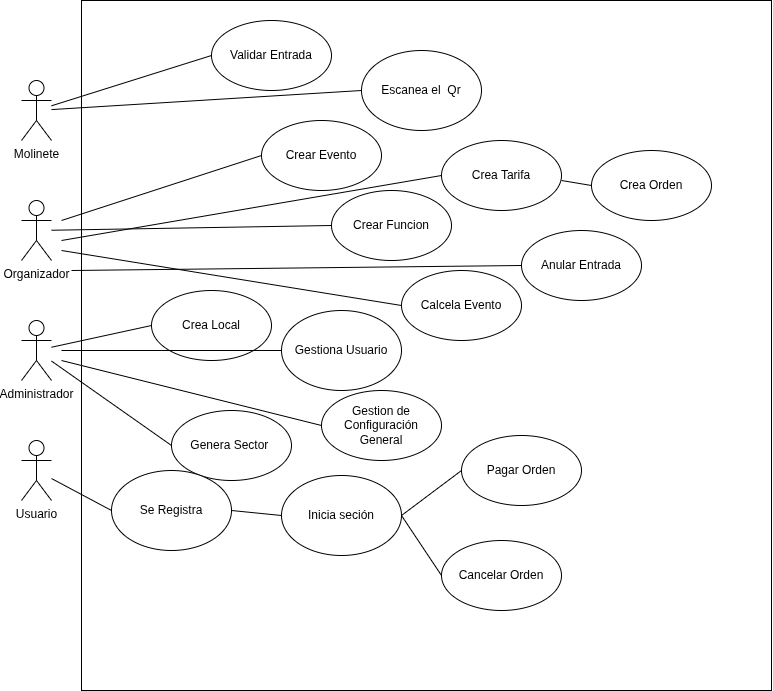
The draw.io diagram doc/Casos de usos .drawio.png in C3ledonioleon/Plan-de-Aprendizaje---5-7, before a commit. Source tidied: cells renumbered, new cells last; positions are measured from the earlier drawing's top-left corner, leaving out a move shared by most shapes. Source of this version:
```xml
<mxGraphModel>
  <root>
    <mxCell id="0" />
    <mxCell id="1" parent="0" />
    <mxCell id="2" value="Administrador" style="shape=umlActor;verticalLabelPosition=bottom;verticalAlign=top;html=1;outlineConnect=0;" parent="1" vertex="1">
      <mxGeometry y="320" width="30" height="60" as="geometry" />
    </mxCell>
    <mxCell id="3" value="Organizador" style="shape=umlActor;verticalLabelPosition=bottom;verticalAlign=top;html=1;outlineConnect=0;" parent="1" vertex="1">
      <mxGeometry y="200" width="30" height="60" as="geometry" />
    </mxCell>
    <mxCell id="4" value="Usuario" style="shape=umlActor;verticalLabelPosition=bottom;verticalAlign=top;html=1;outlineConnect=0;" parent="1" vertex="1">
      <mxGeometry y="440" width="30" height="60" as="geometry" />
    </mxCell>
    <mxCell id="5" value="Molinete" style="shape=umlActor;verticalLabelPosition=bottom;verticalAlign=top;html=1;outlineConnect=0;" parent="1" vertex="1">
      <mxGeometry y="80" width="30" height="60" as="geometry" />
    </mxCell>
    <mxCell id="6" style="whiteSpace=wrap;html=1;" parent="1" vertex="1">
      <mxGeometry x="60" width="690" height="690" as="geometry" />
    </mxCell>
    <mxCell id="7" value="Validar Entrada" style="ellipse;whiteSpace=wrap;html=1;" parent="1" vertex="1">
      <mxGeometry x="190" y="20" width="120" height="70" as="geometry" />
    </mxCell>
    <mxCell id="8" value="Calcela Evento" style="ellipse;whiteSpace=wrap;html=1;" parent="1" vertex="1">
      <mxGeometry x="380" y="270" width="120" height="70" as="geometry" />
    </mxCell>
    <mxCell id="9" value="Crea Local" style="ellipse;whiteSpace=wrap;html=1;" parent="1" vertex="1">
      <mxGeometry x="130" y="290" width="120" height="70" as="geometry" />
    </mxCell>
    <mxCell id="10" value="Crear Evento" style="ellipse;whiteSpace=wrap;html=1;" parent="1" vertex="1">
      <mxGeometry x="240" y="120" width="120" height="70" as="geometry" />
    </mxCell>
    <mxCell id="11" value="Pagar Orden" style="ellipse;whiteSpace=wrap;html=1;" parent="1" vertex="1">
      <mxGeometry x="440" y="435" width="120" height="70" as="geometry" />
    </mxCell>
    <mxCell id="12" value="Crear Funcion" style="ellipse;whiteSpace=wrap;html=1;" parent="1" vertex="1">
      <mxGeometry x="310" y="190" width="120" height="70" as="geometry" />
    </mxCell>
    <mxCell id="13" style="endArrow=none;html=1;rounded=0;entryX=0;entryY=0.5;entryDx=0;entryDy=0;" parent="1" edge="1" source="5" target="7">
      <mxGeometry relative="1" as="geometry" />
    </mxCell>
    <mxCell id="14" style="endArrow=none;html=1;rounded=0;entryX=0;entryY=0.5;entryDx=0;entryDy=0;" parent="1" edge="1" source="3" target="12">
      <mxGeometry relative="1" as="geometry" />
    </mxCell>
    <mxCell id="15" style="endArrow=none;html=1;rounded=0;entryX=0;entryY=0.5;entryDx=0;entryDy=0;" parent="1" edge="1" source="2" target="9">
      <mxGeometry relative="1" as="geometry" />
    </mxCell>
    <mxCell id="16" style="endArrow=none;html=1;rounded=0;entryX=0;entryY=0.5;entryDx=0;entryDy=0;" parent="1" edge="1" source="4" target="29">
      <mxGeometry relative="1" as="geometry" />
    </mxCell>
    <mxCell id="17" value="Cancelar Orden" style="ellipse;whiteSpace=wrap;html=1;" parent="1" vertex="1">
      <mxGeometry x="420" y="540" width="120" height="70" as="geometry" />
    </mxCell>
    <mxCell id="18" value="Genera Sector&amp;nbsp;" style="ellipse;whiteSpace=wrap;html=1;" parent="1" vertex="1">
      <mxGeometry x="150" y="410" width="120" height="70" as="geometry" />
    </mxCell>
    <mxCell id="19" style="endArrow=none;html=1;rounded=0;entryX=0;entryY=0.5;entryDx=0;entryDy=0;" parent="1" edge="1" target="10">
      <mxGeometry relative="1" as="geometry">
        <mxPoint x="40" y="220" as="sourcePoint" />
      </mxGeometry>
    </mxCell>
    <mxCell id="20" style="endArrow=none;html=1;rounded=0;entryX=0;entryY=0.5;entryDx=0;entryDy=0;" parent="1" edge="1" source="2" target="18">
      <mxGeometry relative="1" as="geometry" />
    </mxCell>
    <mxCell id="21" style="endArrow=none;html=1;rounded=0;entryX=0;entryY=0.5;entryDx=0;entryDy=0;" parent="1" edge="1" target="8">
      <mxGeometry relative="1" as="geometry">
        <mxPoint x="40" y="250" as="sourcePoint" />
      </mxGeometry>
    </mxCell>
    <mxCell id="22" value="Crea Orden" style="ellipse;whiteSpace=wrap;html=1;" parent="1" vertex="1">
      <mxGeometry x="570" y="150" width="120" height="70" as="geometry" />
    </mxCell>
    <mxCell id="23" value="Crea Tarifa" style="ellipse;whiteSpace=wrap;html=1;" parent="1" vertex="1">
      <mxGeometry x="420" y="140" width="120" height="70" as="geometry" />
    </mxCell>
    <mxCell id="24" value="Anular Entrada" style="ellipse;whiteSpace=wrap;html=1;" parent="1" vertex="1">
      <mxGeometry x="500" y="230" width="120" height="70" as="geometry" />
    </mxCell>
    <mxCell id="25" style="endArrow=none;html=1;rounded=0;entryX=0;entryY=0.5;entryDx=0;entryDy=0;" parent="1" edge="1" target="23">
      <mxGeometry relative="1" as="geometry">
        <mxPoint x="40" y="240" as="sourcePoint" />
      </mxGeometry>
    </mxCell>
    <mxCell id="26" style="endArrow=none;html=1;rounded=0;exitX=0;exitY=0.5;exitDx=0;exitDy=0;" parent="1" edge="1" source="22">
      <mxGeometry relative="1" as="geometry">
        <mxPoint x="540" y="180" as="targetPoint" />
      </mxGeometry>
    </mxCell>
    <mxCell id="27" style="endArrow=none;html=1;rounded=0;entryX=0;entryY=0.5;entryDx=0;entryDy=0;" parent="1" edge="1" source="5" target="28">
      <mxGeometry relative="1" as="geometry" />
    </mxCell>
    <mxCell id="28" value="Escanea el&amp;nbsp; Qr" style="ellipse;whiteSpace=wrap;html=1;" parent="1" vertex="1">
      <mxGeometry x="340" y="50" width="120" height="80" as="geometry" />
    </mxCell>
    <mxCell id="29" value="Se Registra" style="ellipse;whiteSpace=wrap;html=1;" parent="1" vertex="1">
      <mxGeometry x="90" y="470" width="120" height="80" as="geometry" />
    </mxCell>
    <mxCell id="30" value="Inicia seción" style="ellipse;whiteSpace=wrap;html=1;" parent="1" vertex="1">
      <mxGeometry x="260" y="475" width="120" height="80" as="geometry" />
    </mxCell>
    <mxCell id="31" style="endArrow=none;html=1;rounded=0;exitX=1;exitY=0.5;exitDx=0;exitDy=0;entryX=0;entryY=0.5;entryDx=0;entryDy=0;" parent="1" edge="1" source="29" target="30">
      <mxGeometry relative="1" as="geometry" />
    </mxCell>
    <mxCell id="32" style="endArrow=none;html=1;rounded=0;entryX=0;entryY=0.5;entryDx=0;entryDy=0;exitX=1;exitY=0.5;exitDx=0;exitDy=0;" parent="1" edge="1" source="30" target="11">
      <mxGeometry relative="1" as="geometry" />
    </mxCell>
    <mxCell id="33" style="endArrow=none;html=1;rounded=0;entryX=0;entryY=0.5;entryDx=0;entryDy=0;exitX=1;exitY=0.5;exitDx=0;exitDy=0;" parent="1" edge="1" source="30" target="17">
      <mxGeometry relative="1" as="geometry" />
    </mxCell>
    <mxCell id="34" style="endArrow=none;html=1;rounded=0;entryX=0;entryY=0.5;entryDx=0;entryDy=0;" parent="1" edge="1" target="24">
      <mxGeometry relative="1" as="geometry">
        <mxPoint x="50" y="270" as="sourcePoint" />
      </mxGeometry>
    </mxCell>
    <mxCell id="35" value="Gestiona Usuario" style="ellipse;whiteSpace=wrap;html=1;" parent="1" vertex="1">
      <mxGeometry x="260" y="310" width="120" height="80" as="geometry" />
    </mxCell>
    <mxCell id="36" style="endArrow=none;html=1;rounded=0;entryX=0;entryY=0.5;entryDx=0;entryDy=0;" parent="1" edge="1" target="35">
      <mxGeometry relative="1" as="geometry">
        <mxPoint x="40" y="350" as="sourcePoint" />
      </mxGeometry>
    </mxCell>
    <mxCell id="37" value="Gestion de Configuración General" style="ellipse;whiteSpace=wrap;html=1;" parent="1" vertex="1">
      <mxGeometry x="300" y="390" width="120" height="70" as="geometry" />
    </mxCell>
    <mxCell id="38" style="endArrow=none;html=1;rounded=0;entryX=0;entryY=0.5;entryDx=0;entryDy=0;" parent="1" edge="1" target="37">
      <mxGeometry relative="1" as="geometry">
        <mxPoint x="40" y="360" as="sourcePoint" />
      </mxGeometry>
    </mxCell>
  </root>
</mxGraphModel>
```
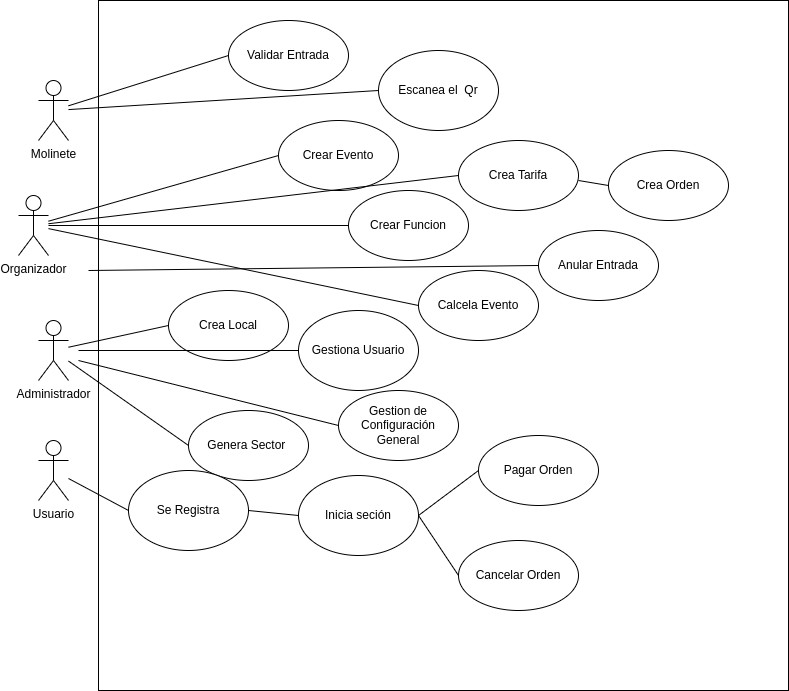
The same file after the commit.

What changed in the source:
```diff
@@ -6,7 +6,7 @@
       <mxGeometry y="320" width="30" height="60" as="geometry" />
     </mxCell>
     <mxCell id="3" value="Organizador" style="shape=umlActor;verticalLabelPosition=bottom;verticalAlign=top;html=1;outlineConnect=0;" parent="1" vertex="1">
-      <mxGeometry y="200" width="30" height="60" as="geometry" />
+      <mxGeometry x="-20" y="195" width="30" height="60" as="geometry" />
     </mxCell>
     <mxCell id="4" value="Usuario" style="shape=umlActor;verticalLabelPosition=bottom;verticalAlign=top;html=1;outlineConnect=0;" parent="1" vertex="1">
       <mxGeometry y="440" width="30" height="60" as="geometry" />
@@ -53,18 +53,14 @@
     <mxCell id="18" value="Genera Sector&amp;nbsp;" style="ellipse;whiteSpace=wrap;html=1;" parent="1" vertex="1">
       <mxGeometry x="150" y="410" width="120" height="70" as="geometry" />
     </mxCell>
-    <mxCell id="19" style="endArrow=none;html=1;rounded=0;entryX=0;entryY=0.5;entryDx=0;entryDy=0;" parent="1" edge="1" target="10">
-      <mxGeometry relative="1" as="geometry">
-        <mxPoint x="40" y="220" as="sourcePoint" />
-      </mxGeometry>
+    <mxCell id="19" style="endArrow=none;html=1;rounded=0;entryX=0;entryY=0.5;entryDx=0;entryDy=0;" parent="1" edge="1" source="3" target="10">
+      <mxGeometry relative="1" as="geometry" />
     </mxCell>
     <mxCell id="20" style="endArrow=none;html=1;rounded=0;entryX=0;entryY=0.5;entryDx=0;entryDy=0;" parent="1" edge="1" source="2" target="18">
       <mxGeometry relative="1" as="geometry" />
     </mxCell>
-    <mxCell id="21" style="endArrow=none;html=1;rounded=0;entryX=0;entryY=0.5;entryDx=0;entryDy=0;" parent="1" edge="1" target="8">
-      <mxGeometry relative="1" as="geometry">
-        <mxPoint x="40" y="250" as="sourcePoint" />
-      </mxGeometry>
+    <mxCell id="21" style="endArrow=none;html=1;rounded=0;entryX=0;entryY=0.5;entryDx=0;entryDy=0;" parent="1" edge="1" source="3" target="8">
+      <mxGeometry relative="1" as="geometry" />
     </mxCell>
     <mxCell id="22" value="Crea Orden" style="ellipse;whiteSpace=wrap;html=1;" parent="1" vertex="1">
       <mxGeometry x="570" y="150" width="120" height="70" as="geometry" />
@@ -75,10 +71,8 @@
     <mxCell id="24" value="Anular Entrada" style="ellipse;whiteSpace=wrap;html=1;" parent="1" vertex="1">
       <mxGeometry x="500" y="230" width="120" height="70" as="geometry" />
     </mxCell>
-    <mxCell id="25" style="endArrow=none;html=1;rounded=0;entryX=0;entryY=0.5;entryDx=0;entryDy=0;" parent="1" edge="1" target="23">
-      <mxGeometry relative="1" as="geometry">
-        <mxPoint x="40" y="240" as="sourcePoint" />
-      </mxGeometry>
+    <mxCell id="25" style="endArrow=none;html=1;rounded=0;entryX=0;entryY=0.5;entryDx=0;entryDy=0;" parent="1" edge="1" source="3" target="23">
+      <mxGeometry relative="1" as="geometry" />
     </mxCell>
     <mxCell id="26" style="endArrow=none;html=1;rounded=0;exitX=0;exitY=0.5;exitDx=0;exitDy=0;" parent="1" edge="1" source="22">
       <mxGeometry relative="1" as="geometry">
```
